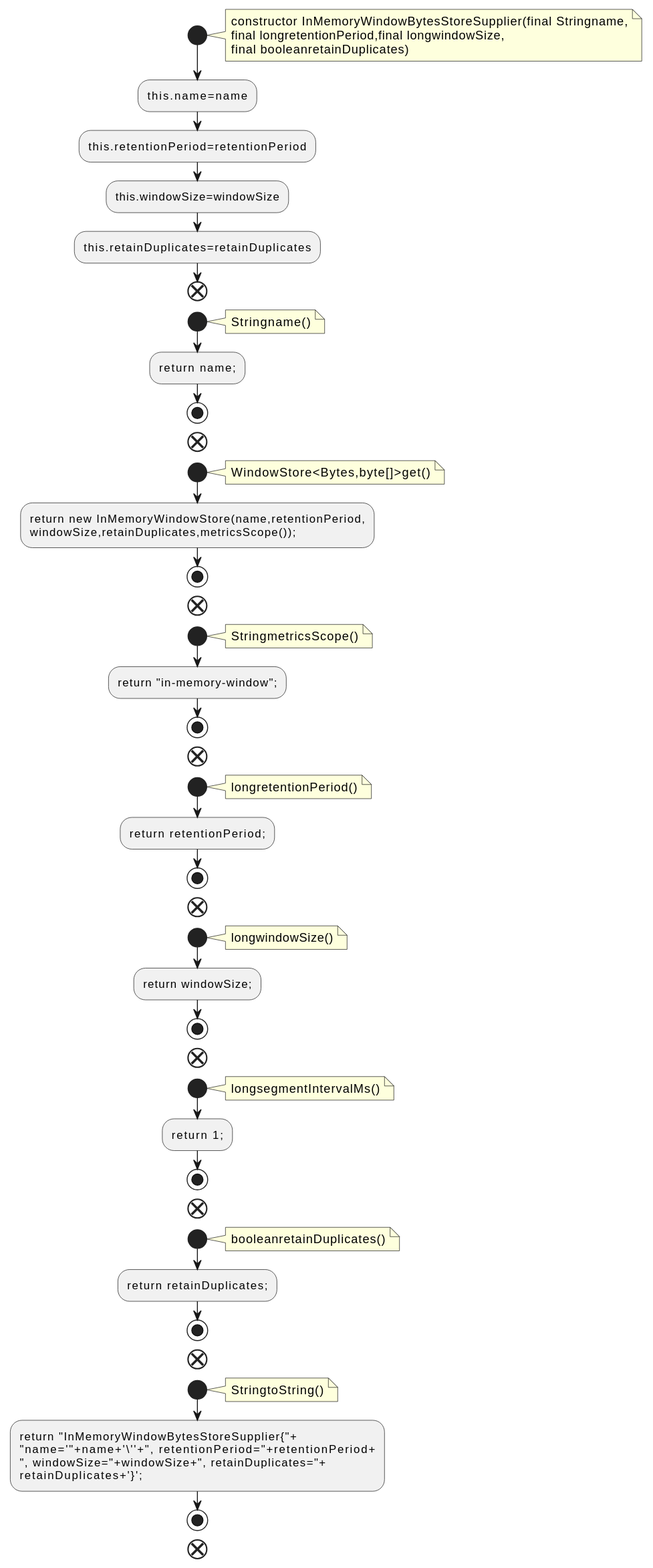
This is docs/qc/streams/src/main/java/org/apache/kafka/streams/state/internals/InMemoryWindowBytesStoreSupplier.java.fct.svg from qualitesys/kafka, a PlantUML export, as it was before one commit.
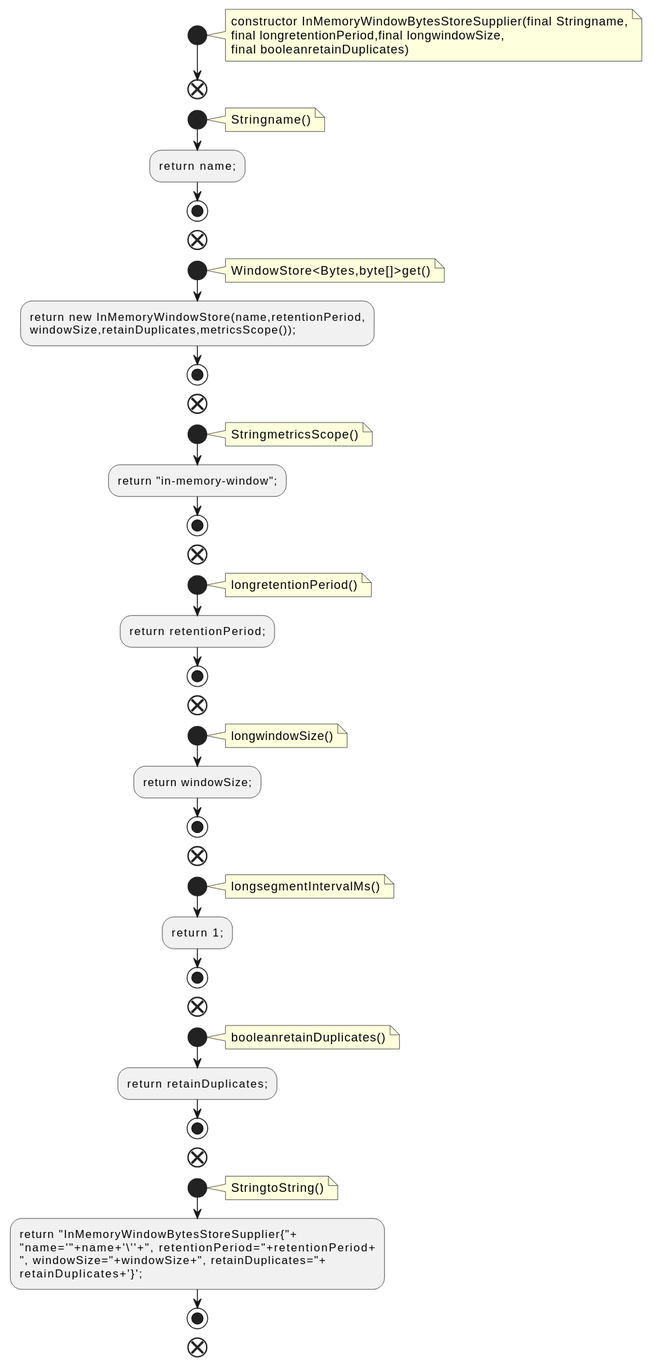
After the commit.

Change to the diagram source:
```diff
@@ -6,10 +6,6 @@
 final longretentionPeriod,final longwindowSize,
 final booleanretainDuplicates)
 end note
-:this.name=name;
-:this.retentionPeriod=retentionPeriod;
-:this.windowSize=windowSize;
-:this.retainDuplicates=retainDuplicates;
 end
 start
 note right
```
